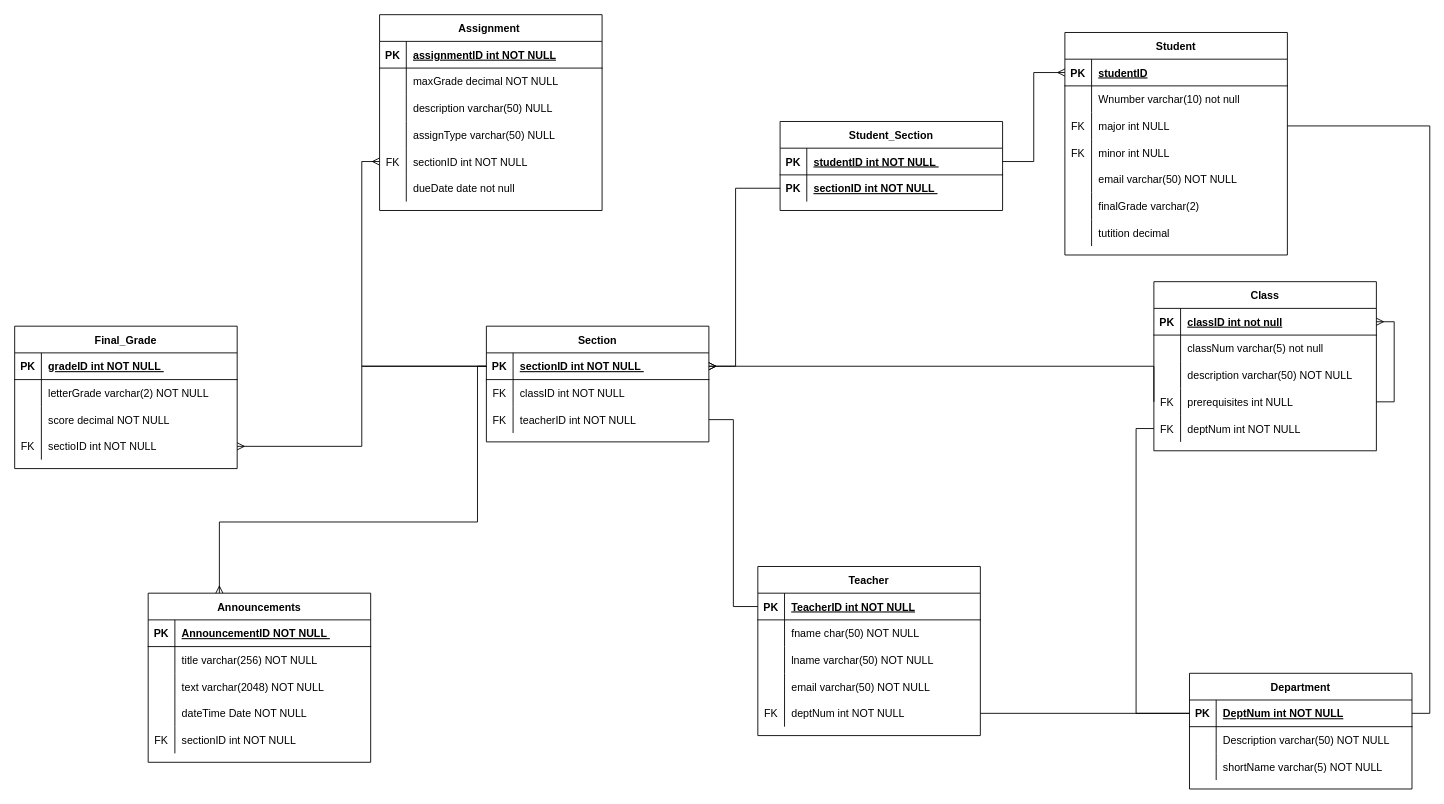
This is Phase1/project_p1_physical update after mtg.drawio from alexfield55/cs3550_Group_Project, a draw.io file, before an edit. Source tidied: cells renumbered, new cells numbered last; positions are measured from the earlier drawing's top-left corner, leaving out a move shared by most shapes. Both pictures are drawn from the tidied source at 89%, with x=0, y=0 at pixel (14, 14).
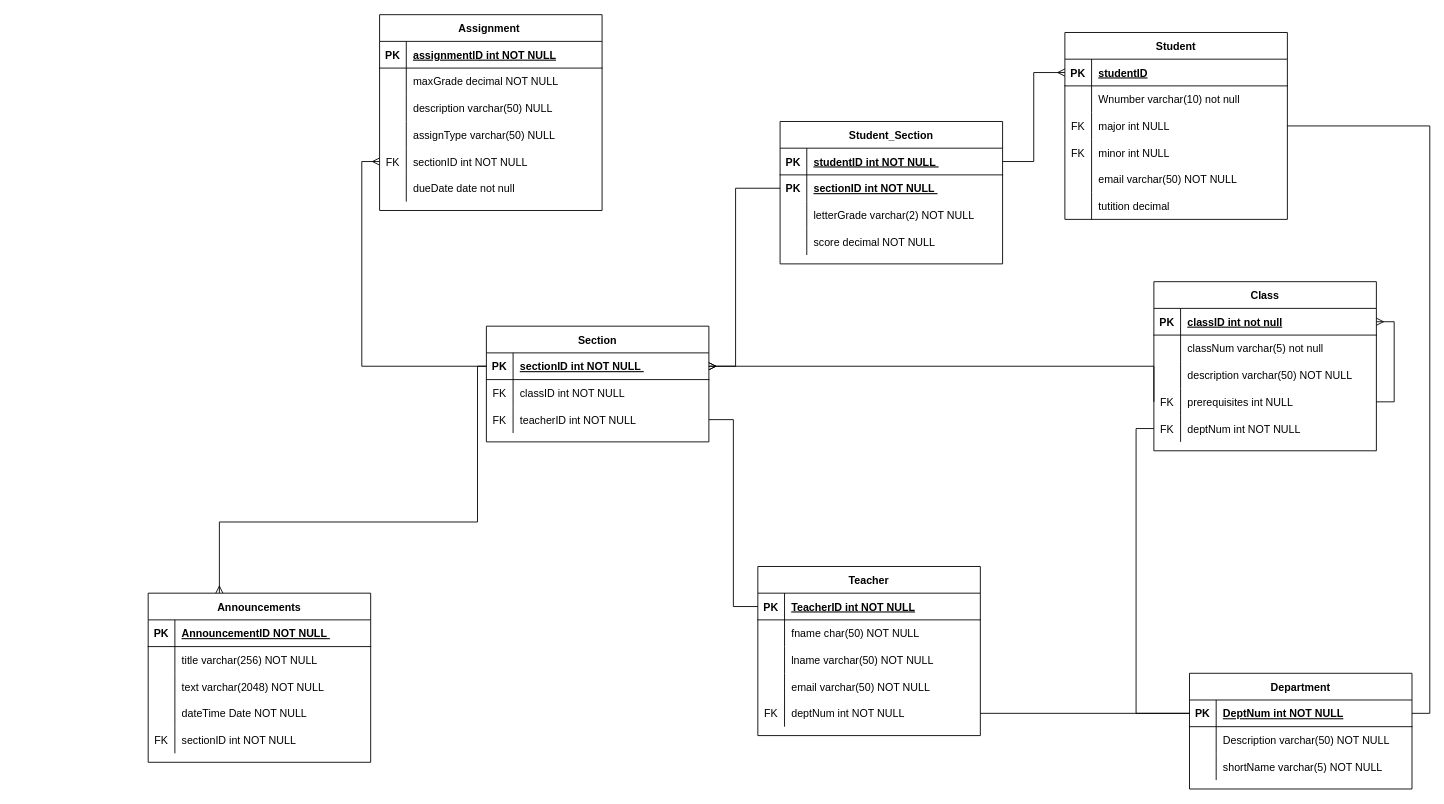
The same page after the edit.

Unchanged cells that the change refers to:
```xml
<mxCell id="123" style="shape=partialRectangle;fillColor=none;points=[[0,0.5],[1,0.5]];portConstraint=eastwest;top=0;left=0;right=0;bottom=1;" parent="122" vertex="1">
  <mxGeometry y="30" width="250" height="30" as="geometry" />
</mxCell>
```

What changed in the source:
```diff
@@
-    <mxCell id="47" value="Final_Grade" style="shape=table;startSize=30;childLayout=tableLayout;rowLines=0;fontStyle=1;align=center;" parent="1" vertex="1">
-      <mxGeometry y="350" width="250" height="160" as="geometry" />
-    </mxCell>
-    <mxCell id="48" style="shape=partialRectangle;fillColor=none;top=0;left=0;right=0;bottom=1;" parent="47" vertex="1">
-      <mxGeometry y="30" width="250" height="30" as="geometry" />
-    </mxCell>
-    <mxCell id="49" value="PK" style="shape=partialRectangle;overflow=hidden;fillColor=none;top=0;left=0;bottom=0;right=0;fontStyle=1;" parent="48" vertex="1">
-      <mxGeometry width="30" height="30" as="geometry" />
-    </mxCell>
-    <mxCell id="50" value="gradeID int NOT NULL " style="shape=partialRectangle;overflow=hidden;fillColor=none;top=0;left=0;bottom=0;right=0;align=left;spacingLeft=6;fontStyle=5;" parent="48" vertex="1">
-      <mxGeometry x="30" width="220" height="30" as="geometry" />
-    </mxCell>
-    <mxCell id="51" style="shape=partialRectangle;fillColor=none;top=0;left=0;right=0;bottom=0;" parent="47" vertex="1">
-      <mxGeometry y="60" width="250" height="30" as="geometry" />
-    </mxCell>
-    <mxCell id="52" style="shape=partialRectangle;overflow=hidden;fillColor=none;top=0;left=0;bottom=0;right=0;" parent="51" vertex="1">
-      <mxGeometry width="30" height="30" as="geometry" />
-    </mxCell>
-    <mxCell id="53" value="letterGrade varchar(2) NOT NULL " style="shape=partialRectangle;overflow=hidden;fillColor=none;top=0;left=0;bottom=0;right=0;align=left;spacingLeft=6;" parent="51" vertex="1">
-      <mxGeometry x="30" width="220" height="30" as="geometry" />
-    </mxCell>
-    <mxCell id="54" style="shape=partialRectangle;fillColor=none;top=0;left=0;right=0;bottom=0;" parent="47" vertex="1">
-      <mxGeometry y="90" width="250" height="30" as="geometry" />
-    </mxCell>
-    <mxCell id="55" style="shape=partialRectangle;overflow=hidden;fillColor=none;top=0;left=0;bottom=0;right=0;" parent="54" vertex="1">
-      <mxGeometry width="30" height="30" as="geometry" />
-    </mxCell>
-    <mxCell id="56" value="score decimal NOT NULL  " style="shape=partialRectangle;overflow=hidden;fillColor=none;top=0;left=0;bottom=0;right=0;align=left;spacingLeft=6;" parent="54" vertex="1">
-      <mxGeometry x="30" width="220" height="30" as="geometry" />
-    </mxCell>
-    <mxCell id="57" style="shape=partialRectangle;fillColor=none;points=[[0,0.5],[1,0.5]];portConstraint=eastwest;top=0;left=0;right=0;bottom=0;" parent="47" vertex="1">
-      <mxGeometry y="120" width="250" height="30" as="geometry" />
-    </mxCell>
-    <mxCell id="58" value="FK" style="shape=partialRectangle;overflow=hidden;fillColor=none;top=0;left=0;bottom=0;right=0;" parent="57" vertex="1">
-      <mxGeometry width="30" height="30" as="geometry" />
-    </mxCell>
-    <mxCell id="59" value="sectioID int NOT NULL " style="shape=partialRectangle;overflow=hidden;fillColor=none;top=0;left=0;bottom=0;right=0;align=left;spacingLeft=6;" parent="57" vertex="1">
-      <mxGeometry x="30" width="220" height="30" as="geometry" />
-    </mxCell>
     <mxCell id="60" value="Student" style="shape=table;startSize=30;childLayout=tableLayout;rowLines=0;fontStyle=1;align=center;" parent="1" vertex="1">
-      <mxGeometry x="1180" y="20" width="250" height="250" as="geometry" />
+      <mxGeometry x="1180" y="20" width="250" height="210" as="geometry" />
     </mxCell>
@@
-    <mxCell id="76" style="shape=partialRectangle;fillColor=none;top=0;left=0;bottom=0;right=0;" parent="60" vertex="1">
-      <mxGeometry y="180" width="250" height="30" as="geometry" />
-    </mxCell>
-    <mxCell id="77" style="shape=partialRectangle;fillColor=none;top=0;left=0;bottom=0;right=0;overflow=hidden;" parent="76" vertex="1">
-      <mxGeometry width="30" height="30" as="geometry" />
-    </mxCell>
-    <mxCell id="78" value="finalGrade varchar(2)" style="shape=partialRectangle;fillColor=none;top=0;left=0;bottom=0;right=0;align=left;spacingLeft=6;overflow=hidden;" parent="76" vertex="1">
-      <mxGeometry x="30" width="220" height="30" as="geometry" />
-    </mxCell>
     <mxCell id="79" style="shape=partialRectangle;fillColor=none;top=0;left=0;bottom=0;right=0;" parent="60" vertex="1">
-      <mxGeometry y="210" width="250" height="30" as="geometry" />
+      <mxGeometry y="180" width="250" height="30" as="geometry" />
     </mxCell>
@@
     <mxCell id="99" value="Student_Section" style="shape=table;startSize=30;childLayout=tableLayout;rowLines=0;fontStyle=1;align=center;" parent="1" vertex="1">
-      <mxGeometry x="860" y="120" width="250" height="100" as="geometry" />
+      <mxGeometry x="860" y="120" width="250" height="160" as="geometry" />
     </mxCell>
@@
+    <mxCell id="51" style="shape=partialRectangle;fillColor=none;top=0;left=0;right=0;bottom=0;" parent="99" vertex="1">
+      <mxGeometry y="90" width="250" height="30" as="geometry" />
+    </mxCell>
+    <mxCell id="52" style="shape=partialRectangle;overflow=hidden;fillColor=none;top=0;left=0;bottom=0;right=0;" parent="51" vertex="1">
+      <mxGeometry width="30" height="30" as="geometry" />
+    </mxCell>
+    <mxCell id="53" value="letterGrade varchar(2) NOT NULL " style="shape=partialRectangle;overflow=hidden;fillColor=none;top=0;left=0;bottom=0;right=0;align=left;spacingLeft=6;" parent="51" vertex="1">
+      <mxGeometry x="30" width="220" height="30" as="geometry" />
+    </mxCell>
+    <mxCell id="54" style="shape=partialRectangle;fillColor=none;top=0;left=0;right=0;bottom=0;" parent="99" vertex="1">
+      <mxGeometry y="120" width="250" height="30" as="geometry" />
+    </mxCell>
+    <mxCell id="55" style="shape=partialRectangle;overflow=hidden;fillColor=none;top=0;left=0;bottom=0;right=0;" parent="54" vertex="1">
+      <mxGeometry width="30" height="30" as="geometry" />
+    </mxCell>
+    <mxCell id="56" value="score decimal NOT NULL  " style="shape=partialRectangle;overflow=hidden;fillColor=none;top=0;left=0;bottom=0;right=0;align=left;spacingLeft=6;" parent="54" vertex="1">
+      <mxGeometry x="30" width="220" height="30" as="geometry" />
+    </mxCell>
@@
-    <mxCell id="132" style="edgeStyle=orthogonalEdgeStyle;rounded=0;jettySize=auto;html=1;exitX=0;exitY=0.5;exitDx=0;exitDy=0;entryX=1;entryY=0.5;entryDx=0;entryDy=0;endArrow=ERmany;endFill=0;" parent="1" edge="1" source="123" target="57">
-      <mxGeometry relative="1" as="geometry" />
-    </mxCell>
```
